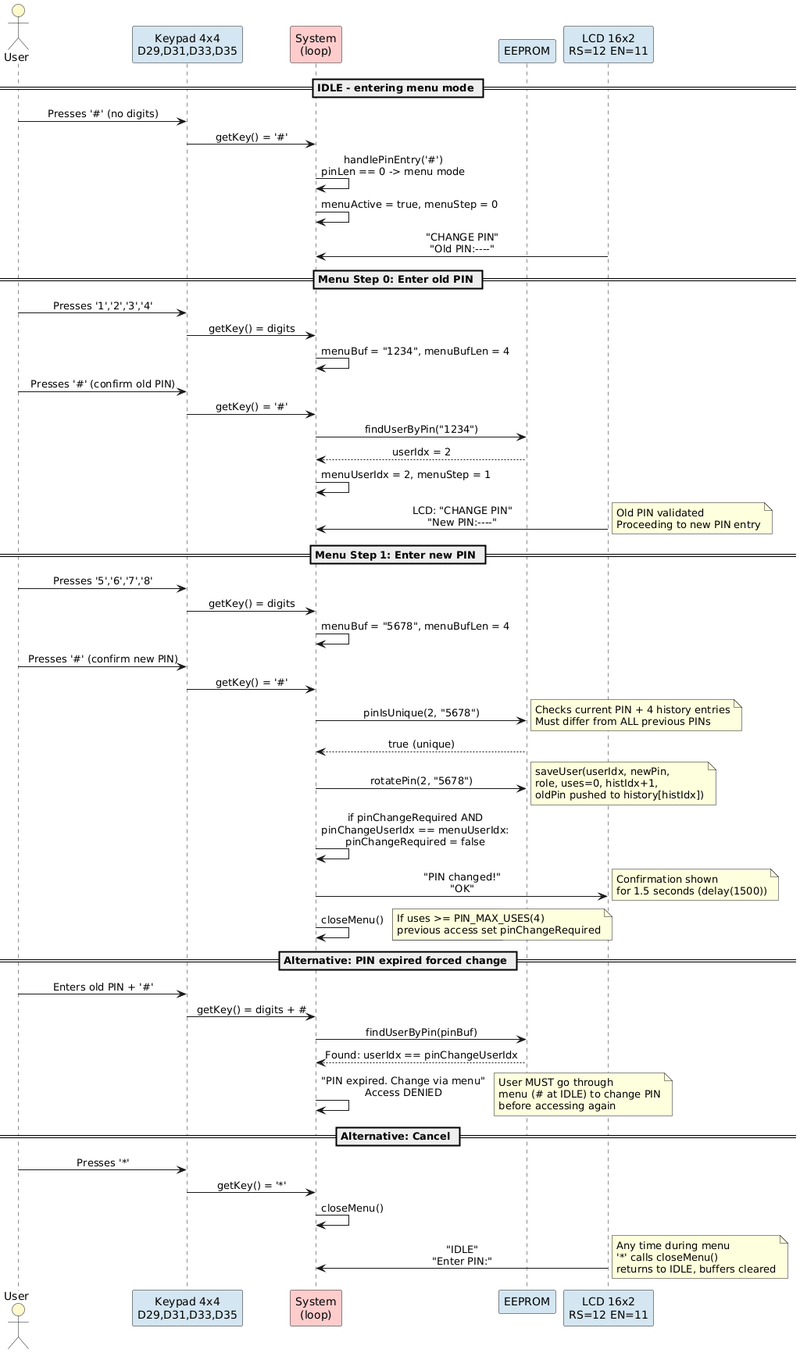
Above: docs/UML/UserConfig.png in FernandoMulato/Final-Arduino-Project (PlantUML), before the change.
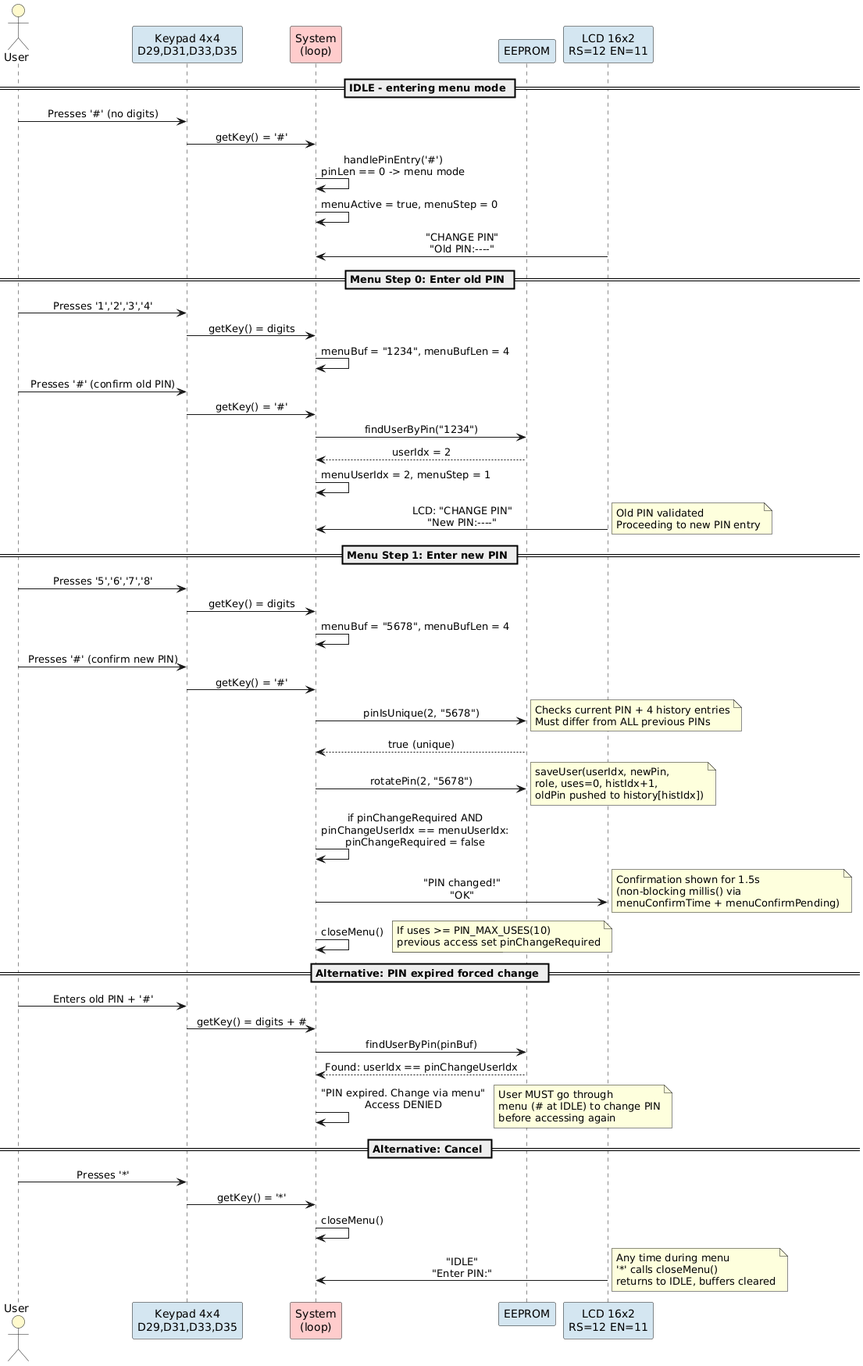
After the commit.

What changed in the source:
```diff
@@ -46,12 +46,12 @@
 note right: saveUser(userIdx, newPin,\nrole, uses=0, histIdx+1,\noldPin pushed to history[histIdx])
 SYS -> SYS: if pinChangeRequired AND\npinChangeUserIdx == menuUserIdx:\npinChangeRequired = false
 SYS -> LCD: "PIN changed!"\n"OK"
-note right: Confirmation shown\nfor 1.5 seconds (delay(1500))
+note right: Confirmation shown for 1.5s\n(non-blocking millis() via\nmenuConfirmTime + menuConfirmPending)
 SYS -> SYS: closeMenu()
 note right: Resets menu flags\nClears all buffers
 
 == Alternative: PIN expired forced change ==
-note right: If uses >= PIN_MAX_USES(4)\nprevious access set pinChangeRequired
+note right: If uses >= PIN_MAX_USES(10)\nprevious access set pinChangeRequired
 USR -> KPD: Enters old PIN + '#'
 KPD -> SYS: getKey() = digits + #
 SYS -> EEP: findUserByPin(pinBuf)
```
